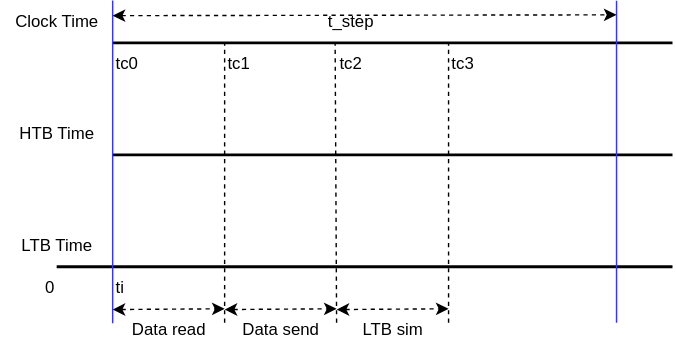
This is ltb/timeline.svg from jinningwang/hlcosim, a draw.io export, as it was before one commit. Source tidied: cells renumbered, new cells last; positions are measured from the earlier drawing's top-left corner, leaving out a move shared by most shapes.
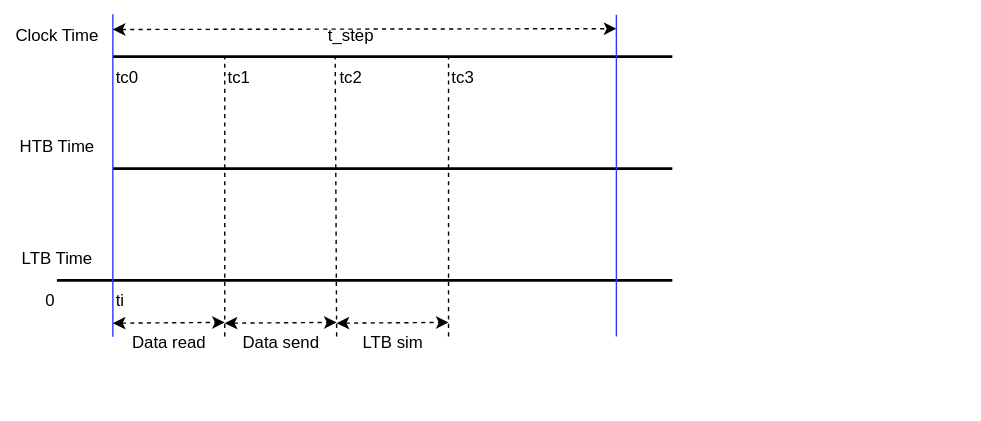
After the commit.

Diff of the diagram source:
```diff
@@ -2,6 +2,9 @@
   <root>
     <mxCell id="0" />
     <mxCell id="1" parent="0" />
+    <mxCell id="27" style="rounded=0;whiteSpace=wrap;html=1;fillColor=default;strokeColor=none;" parent="1" vertex="1">
+      <mxGeometry y="-10" width="700" height="300" as="geometry" />
+    </mxCell>
     <mxCell id="2" style="endArrow=none;html=1;rounded=0;strokeWidth=2;" parent="1" edge="1">
       <mxGeometry relative="1" as="geometry">
         <mxPoint x="80" y="110" as="sourcePoint" />
```
